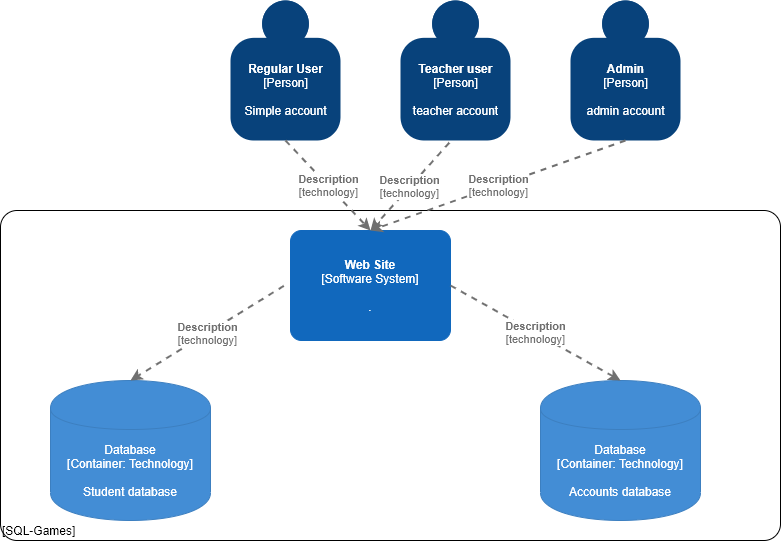
Ca3zsar/SQL-Games keeps this draw.io diagram as front-end/resources/C2 Diagram.png. Above is the earlier version. Source tidied: cells renumbered, new cells last; positions are measured from the earlier drawing's top-left corner, leaving out a move shared by most shapes. The source it was exported from:
```xml
<mxGraphModel>
  <root>
    <mxCell id="0" />
    <mxCell id="1" parent="0" />
    <object id="2" label="&lt;div style=&quot;text-align: left&quot;&gt;%c4Name%&lt;/div&gt;&lt;div style=&quot;text-align: left&quot;&gt;[%c4Application%]&lt;/div&gt;" c4Application="SQL-Games" c4Name="" c4Type="ExecutionEnvironment" placeholders="1">
      <mxCell style="rounded=1;whiteSpace=wrap;html=1;labelBackgroundColor=none;fillColor=#ffffff;fontColor=#000000;align=left;arcSize=5;strokeColor=#000000;verticalAlign=bottom;metaData={&quot;c4Type&quot;:{&quot;editable&quot;:false}};" parent="1" vertex="1">
        <mxGeometry y="210" width="780" height="330" as="geometry" />
      </mxCell>
    </object>
    <object id="3" label="&lt;b&gt;%c4Name%&lt;/b&gt;&lt;div&gt;[%c4Type%]&lt;/div&gt;&lt;br&gt;&lt;div&gt;%c4Description%&lt;/div&gt;" c4Description="Simple account" c4Name="Regular User" c4Type="Person" placeholders="1">
      <mxCell style="html=1;dashed=0;whitespace=wrap;fillColor=#08427b;strokeColor=none;fontColor=#ffffff;shape=mxgraph.c4.person;align=center;points=[[0.5,0,0],[1,0.5,0],[1,0.75,0],[0.75,1,0],[0.5,1,0],[0.25,1,0],[0,0.75,0],[0,0.5,0]];metaData={&quot;c4Type&quot;:{&quot;editable&quot;:false}};" parent="1" vertex="1">
        <mxGeometry x="230" width="110" height="140" as="geometry" />
      </mxCell>
    </object>
    <object id="4" label="&lt;b&gt;%c4Name%&lt;/b&gt;&lt;div&gt;[%c4Type%]&lt;/div&gt;&lt;br&gt;&lt;div&gt;%c4Description%&lt;/div&gt;" c4Description="teacher account" c4Name="Teacher user" c4Type="Person" placeholders="1">
      <mxCell style="html=1;dashed=0;whitespace=wrap;fillColor=#08427b;strokeColor=none;fontColor=#ffffff;shape=mxgraph.c4.person;align=center;points=[[0.5,0,0],[1,0.5,0],[1,0.75,0],[0.75,1,0],[0.5,1,0],[0.25,1,0],[0,0.75,0],[0,0.5,0]];metaData={&quot;c4Type&quot;:{&quot;editable&quot;:false}};" parent="1" vertex="1">
        <mxGeometry x="400" width="110" height="140" as="geometry" />
      </mxCell>
    </object>
    <object id="5" label="&lt;b&gt;%c4Name%&lt;/b&gt;&lt;div&gt;[%c4Type%]&lt;/div&gt;&lt;br&gt;&lt;div&gt;%c4Description%&lt;/div&gt;" c4Description="admin account" c4Name="Admin" c4Type="Person" placeholders="1">
      <mxCell style="html=1;dashed=0;whitespace=wrap;fillColor=#08427b;strokeColor=none;fontColor=#ffffff;shape=mxgraph.c4.person;align=center;points=[[0.5,0,0],[1,0.5,0],[1,0.75,0],[0.75,1,0],[0.5,1,0],[0.25,1,0],[0,0.75,0],[0,0.5,0]];metaData={&quot;c4Type&quot;:{&quot;editable&quot;:false}};" parent="1" vertex="1">
        <mxGeometry x="570" width="110" height="140" as="geometry" />
      </mxCell>
    </object>
    <object id="6" label="&lt;b&gt;%c4Name%&lt;/b&gt;&lt;div&gt;[%c4Type%]&lt;/div&gt;&lt;br&gt;&lt;div&gt;%c4Description%&lt;/div&gt;" c4Description="." c4Name="Web Site" c4Type="Software System" placeholders="1">
      <mxCell style="rounded=1;whiteSpace=wrap;html=1;labelBackgroundColor=none;fillColor=#1168BD;fontColor=#ffffff;align=center;arcSize=10;strokeColor=#1168BD;metaData={&quot;c4Type&quot;:{&quot;editable&quot;:false}};points=[[0.25,0,0],[0.5,0,0],[0.75,0,0],[1,0.25,0],[1,0.5,0],[1,0.75,0],[0.75,1,0],[0.5,1,0],[0.25,1,0],[0,0.75,0],[0,0.5,0],[0,0.25,0]];" parent="1" vertex="1">
        <mxGeometry x="290" y="230" width="160" height="110" as="geometry" />
      </mxCell>
    </object>
    <object id="7" label="%c4Type%&lt;div&gt;[Container:&amp;nbsp;%c4Technology%]&lt;/div&gt;&lt;br&gt;&lt;div&gt;%c4Description%&lt;/div&gt;" c4Description="Student database" c4Technology="Technology" c4Type="Database" placeholders="1">
      <mxCell style="shape=cylinder;whiteSpace=wrap;html=1;boundedLbl=1;rounded=0;labelBackgroundColor=none;fillColor=#438DD5;fontSize=12;fontColor=#ffffff;align=center;strokeColor=#3C7FC0;points=[[0.5,0,0],[1,0.25,0],[1,0.5,0],[1,0.75,0],[0.5,1,0],[0,0.75,0],[0,0.5,0],[0,0.25,0]];metaData={&quot;c4Type&quot;:{&quot;editable&quot;:false}};" parent="1" vertex="1">
        <mxGeometry x="50" y="380" width="160" height="140" as="geometry" />
      </mxCell>
    </object>
    <object id="8" label="%c4Type%&lt;div&gt;[Container:&amp;nbsp;%c4Technology%]&lt;/div&gt;&lt;br&gt;&lt;div&gt;%c4Description%&lt;/div&gt;" c4Description="Accounts database" c4Technology="Technology" c4Type="Database" placeholders="1">
      <mxCell style="shape=cylinder;whiteSpace=wrap;html=1;boundedLbl=1;rounded=0;labelBackgroundColor=none;fillColor=#438DD5;fontSize=12;fontColor=#ffffff;align=center;strokeColor=#3C7FC0;points=[[0.5,0,0],[1,0.25,0],[1,0.5,0],[1,0.75,0],[0.5,1,0],[0,0.75,0],[0,0.5,0],[0,0.25,0]];metaData={&quot;c4Type&quot;:{&quot;editable&quot;:false}};" parent="1" vertex="1">
        <mxGeometry x="540" y="380" width="160" height="140" as="geometry" />
      </mxCell>
    </object>
    <object id="9" label="&lt;div style=&quot;text-align: left&quot;&gt;&lt;div style=&quot;text-align: center&quot;&gt;&lt;b&gt;%c4Description%&lt;/b&gt;&lt;/div&gt;&lt;div style=&quot;text-align: center&quot;&gt;[%c4Technology%]&lt;/div&gt;&lt;/div&gt;" c4Description="Description" c4Technology="technology" c4Type="Relationship" placeholders="1">
      <mxCell style="edgeStyle=none;rounded=0;html=1;entryX=0.5;entryY=0;jettySize=auto;strokeColor=#707070;strokeWidth=2;fontColor=#707070;jumpStyle=none;dashed=1;metaData={&quot;c4Type&quot;:{&quot;editable&quot;:false}};exitX=-0.042;exitY=0.504;exitDx=0;exitDy=0;exitPerimeter=0;entryDx=0;entryDy=0;entryPerimeter=0;" parent="1" edge="1" source="6" target="7">
        <mxGeometry relative="1" as="geometry" />
      </mxCell>
    </object>
    <object id="10" label="&lt;div style=&quot;text-align: left&quot;&gt;&lt;div style=&quot;text-align: center&quot;&gt;&lt;b&gt;%c4Description%&lt;/b&gt;&lt;/div&gt;&lt;div style=&quot;text-align: center&quot;&gt;[%c4Technology%]&lt;/div&gt;&lt;/div&gt;" c4Description="Description" c4Technology="technology" c4Type="Relationship" placeholders="1">
      <mxCell style="edgeStyle=none;rounded=0;html=1;entryX=0.5;entryY=0;jettySize=auto;strokeColor=#707070;strokeWidth=2;fontColor=#707070;jumpStyle=none;dashed=1;metaData={&quot;c4Type&quot;:{&quot;editable&quot;:false}};entryDx=0;entryDy=0;entryPerimeter=0;exitX=1;exitY=0.5;exitDx=0;exitDy=0;exitPerimeter=0;" parent="1" edge="1" source="6" target="8">
        <mxGeometry relative="1" as="geometry" />
      </mxCell>
    </object>
    <object id="11" label="&lt;div style=&quot;text-align: left&quot;&gt;&lt;div style=&quot;text-align: center&quot;&gt;&lt;b&gt;%c4Description%&lt;/b&gt;&lt;/div&gt;&lt;div style=&quot;text-align: center&quot;&gt;[%c4Technology%]&lt;/div&gt;&lt;/div&gt;" c4Description="Description" c4Technology="technology" c4Type="Relationship" placeholders="1">
      <mxCell style="edgeStyle=none;rounded=0;html=1;entryX=0.5;entryY=0;jettySize=auto;strokeColor=#707070;strokeWidth=2;fontColor=#707070;jumpStyle=none;dashed=1;metaData={&quot;c4Type&quot;:{&quot;editable&quot;:false}};exitX=0.5;exitY=1;exitDx=0;exitDy=0;exitPerimeter=0;entryDx=0;entryDy=0;entryPerimeter=0;" parent="1" edge="1" source="3" target="6">
        <mxGeometry relative="1" as="geometry" />
      </mxCell>
    </object>
    <object id="12" label="&lt;div style=&quot;text-align: left&quot;&gt;&lt;div style=&quot;text-align: center&quot;&gt;&lt;b&gt;%c4Description%&lt;/b&gt;&lt;/div&gt;&lt;div style=&quot;text-align: center&quot;&gt;[%c4Technology%]&lt;/div&gt;&lt;/div&gt;" c4Description="Description" c4Technology="technology" c4Type="Relationship" placeholders="1">
      <mxCell style="edgeStyle=none;rounded=0;html=1;entryX=0.5;entryY=0;jettySize=auto;strokeColor=#707070;strokeWidth=2;fontColor=#707070;jumpStyle=none;dashed=1;metaData={&quot;c4Type&quot;:{&quot;editable&quot;:false}};exitX=0.5;exitY=1;exitDx=0;exitDy=0;exitPerimeter=0;entryDx=0;entryDy=0;entryPerimeter=0;" parent="1" edge="1" source="5" target="6">
        <mxGeometry relative="1" as="geometry" />
      </mxCell>
    </object>
    <object id="13" label="&lt;div style=&quot;text-align: left&quot;&gt;&lt;div style=&quot;text-align: center&quot;&gt;&lt;b&gt;%c4Description%&lt;/b&gt;&lt;/div&gt;&lt;div style=&quot;text-align: center&quot;&gt;[%c4Technology%]&lt;/div&gt;&lt;/div&gt;" c4Description="Description" c4Technology="technology" c4Type="Relationship" placeholders="1">
      <mxCell style="edgeStyle=none;rounded=0;html=1;entryX=0.5;entryY=0;jettySize=auto;strokeColor=#707070;strokeWidth=2;fontColor=#707070;jumpStyle=none;dashed=1;metaData={&quot;c4Type&quot;:{&quot;editable&quot;:false}};exitX=0.444;exitY=1.016;exitDx=0;exitDy=0;exitPerimeter=0;entryDx=0;entryDy=0;entryPerimeter=0;" parent="1" edge="1" source="4" target="6">
        <mxGeometry relative="1" as="geometry" />
      </mxCell>
    </object>
  </root>
</mxGraphModel>
```
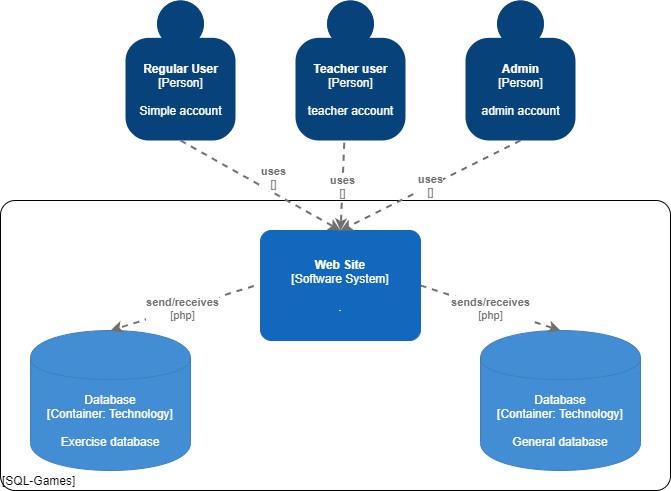
Later version of the same file.

Commit message:
added a screenshot and modified C2 diagram

Change to the diagram source:
```diff
@@ -4,22 +4,22 @@
     <mxCell id="1" parent="0" />
     <object id="2" label="&lt;div style=&quot;text-align: left&quot;&gt;%c4Name%&lt;/div&gt;&lt;div style=&quot;text-align: left&quot;&gt;[%c4Application%]&lt;/div&gt;" c4Application="SQL-Games" c4Name="" c4Type="ExecutionEnvironment" placeholders="1">
       <mxCell style="rounded=1;whiteSpace=wrap;html=1;labelBackgroundColor=none;fillColor=#ffffff;fontColor=#000000;align=left;arcSize=5;strokeColor=#000000;verticalAlign=bottom;metaData={&quot;c4Type&quot;:{&quot;editable&quot;:false}};" parent="1" vertex="1">
-        <mxGeometry y="210" width="780" height="330" as="geometry" />
+        <mxGeometry x="30" y="200" width="670" height="290" as="geometry" />
       </mxCell>
     </object>
     <object id="3" label="&lt;b&gt;%c4Name%&lt;/b&gt;&lt;div&gt;[%c4Type%]&lt;/div&gt;&lt;br&gt;&lt;div&gt;%c4Description%&lt;/div&gt;" c4Description="Simple account" c4Name="Regular User" c4Type="Person" placeholders="1">
       <mxCell style="html=1;dashed=0;whitespace=wrap;fillColor=#08427b;strokeColor=none;fontColor=#ffffff;shape=mxgraph.c4.person;align=center;points=[[0.5,0,0],[1,0.5,0],[1,0.75,0],[0.75,1,0],[0.5,1,0],[0.25,1,0],[0,0.75,0],[0,0.5,0]];metaData={&quot;c4Type&quot;:{&quot;editable&quot;:false}};" parent="1" vertex="1">
-        <mxGeometry x="230" width="110" height="140" as="geometry" />
+        <mxGeometry x="155" width="110" height="140" as="geometry" />
       </mxCell>
     </object>
     <object id="4" label="&lt;b&gt;%c4Name%&lt;/b&gt;&lt;div&gt;[%c4Type%]&lt;/div&gt;&lt;br&gt;&lt;div&gt;%c4Description%&lt;/div&gt;" c4Description="teacher account" c4Name="Teacher user" c4Type="Person" placeholders="1">
       <mxCell style="html=1;dashed=0;whitespace=wrap;fillColor=#08427b;strokeColor=none;fontColor=#ffffff;shape=mxgraph.c4.person;align=center;points=[[0.5,0,0],[1,0.5,0],[1,0.75,0],[0.75,1,0],[0.5,1,0],[0.25,1,0],[0,0.75,0],[0,0.5,0]];metaData={&quot;c4Type&quot;:{&quot;editable&quot;:false}};" parent="1" vertex="1">
-        <mxGeometry x="400" width="110" height="140" as="geometry" />
+        <mxGeometry x="325" width="110" height="140" as="geometry" />
       </mxCell>
     </object>
     <object id="5" label="&lt;b&gt;%c4Name%&lt;/b&gt;&lt;div&gt;[%c4Type%]&lt;/div&gt;&lt;br&gt;&lt;div&gt;%c4Description%&lt;/div&gt;" c4Description="admin account" c4Name="Admin" c4Type="Person" placeholders="1">
       <mxCell style="html=1;dashed=0;whitespace=wrap;fillColor=#08427b;strokeColor=none;fontColor=#ffffff;shape=mxgraph.c4.person;align=center;points=[[0.5,0,0],[1,0.5,0],[1,0.75,0],[0.75,1,0],[0.5,1,0],[0.25,1,0],[0,0.75,0],[0,0.5,0]];metaData={&quot;c4Type&quot;:{&quot;editable&quot;:false}};" parent="1" vertex="1">
-        <mxGeometry x="570" width="110" height="140" as="geometry" />
+        <mxGeometry x="495" width="110" height="140" as="geometry" />
       </mxCell>
     </object>
     <object id="6" label="&lt;b&gt;%c4Name%&lt;/b&gt;&lt;div&gt;[%c4Type%]&lt;/div&gt;&lt;br&gt;&lt;div&gt;%c4Description%&lt;/div&gt;" c4Description="." c4Name="Web Site" c4Type="Software System" placeholders="1">
@@ -27,37 +27,37 @@
         <mxGeometry x="290" y="230" width="160" height="110" as="geometry" />
       </mxCell>
     </object>
-    <object id="7" label="%c4Type%&lt;div&gt;[Container:&amp;nbsp;%c4Technology%]&lt;/div&gt;&lt;br&gt;&lt;div&gt;%c4Description%&lt;/div&gt;" c4Description="Student database" c4Technology="Technology" c4Type="Database" placeholders="1">
+    <object id="7" label="%c4Type%&lt;div&gt;[Container:&amp;nbsp;%c4Technology%]&lt;/div&gt;&lt;br&gt;&lt;div&gt;%c4Description%&lt;/div&gt;" c4Description="Exercise database" c4Technology="Technology" c4Type="Database" placeholders="1">
       <mxCell style="shape=cylinder;whiteSpace=wrap;html=1;boundedLbl=1;rounded=0;labelBackgroundColor=none;fillColor=#438DD5;fontSize=12;fontColor=#ffffff;align=center;strokeColor=#3C7FC0;points=[[0.5,0,0],[1,0.25,0],[1,0.5,0],[1,0.75,0],[0.5,1,0],[0,0.75,0],[0,0.5,0],[0,0.25,0]];metaData={&quot;c4Type&quot;:{&quot;editable&quot;:false}};" parent="1" vertex="1">
-        <mxGeometry x="50" y="380" width="160" height="140" as="geometry" />
+        <mxGeometry x="60" y="330" width="160" height="140" as="geometry" />
       </mxCell>
     </object>
-    <object id="8" label="%c4Type%&lt;div&gt;[Container:&amp;nbsp;%c4Technology%]&lt;/div&gt;&lt;br&gt;&lt;div&gt;%c4Description%&lt;/div&gt;" c4Description="Accounts database" c4Technology="Technology" c4Type="Database" placeholders="1">
+    <object id="8" label="%c4Type%&lt;div&gt;[Container:&amp;nbsp;%c4Technology%]&lt;/div&gt;&lt;br&gt;&lt;div&gt;%c4Description%&lt;/div&gt;" c4Description="General database" c4Technology="Technology" c4Type="Database" placeholders="1">
       <mxCell style="shape=cylinder;whiteSpace=wrap;html=1;boundedLbl=1;rounded=0;labelBackgroundColor=none;fillColor=#438DD5;fontSize=12;fontColor=#ffffff;align=center;strokeColor=#3C7FC0;points=[[0.5,0,0],[1,0.25,0],[1,0.5,0],[1,0.75,0],[0.5,1,0],[0,0.75,0],[0,0.5,0],[0,0.25,0]];metaData={&quot;c4Type&quot;:{&quot;editable&quot;:false}};" parent="1" vertex="1">
-        <mxGeometry x="540" y="380" width="160" height="140" as="geometry" />
+        <mxGeometry x="510" y="330" width="160" height="140" as="geometry" />
       </mxCell>
     </object>
-    <object id="9" label="&lt;div style=&quot;text-align: left&quot;&gt;&lt;div style=&quot;text-align: center&quot;&gt;&lt;b&gt;%c4Description%&lt;/b&gt;&lt;/div&gt;&lt;div style=&quot;text-align: center&quot;&gt;[%c4Technology%]&lt;/div&gt;&lt;/div&gt;" c4Description="Description" c4Technology="technology" c4Type="Relationship" placeholders="1">
+    <object id="9" label="&lt;div style=&quot;text-align: left&quot;&gt;&lt;div style=&quot;text-align: center&quot;&gt;&lt;b&gt;%c4Description%&lt;/b&gt;&lt;/div&gt;&lt;div style=&quot;text-align: center&quot;&gt;[%c4Technology%]&lt;/div&gt;&lt;/div&gt;" c4Description="send/receives" c4Technology="php" c4Type="Relationship" placeholders="1">
       <mxCell style="edgeStyle=none;rounded=0;html=1;entryX=0.5;entryY=0;jettySize=auto;strokeColor=#707070;strokeWidth=2;fontColor=#707070;jumpStyle=none;dashed=1;metaData={&quot;c4Type&quot;:{&quot;editable&quot;:false}};exitX=-0.042;exitY=0.504;exitDx=0;exitDy=0;exitPerimeter=0;entryDx=0;entryDy=0;entryPerimeter=0;" parent="1" edge="1" source="6" target="7">
         <mxGeometry relative="1" as="geometry" />
       </mxCell>
     </object>
-    <object id="10" label="&lt;div style=&quot;text-align: left&quot;&gt;&lt;div style=&quot;text-align: center&quot;&gt;&lt;b&gt;%c4Description%&lt;/b&gt;&lt;/div&gt;&lt;div style=&quot;text-align: center&quot;&gt;[%c4Technology%]&lt;/div&gt;&lt;/div&gt;" c4Description="Description" c4Technology="technology" c4Type="Relationship" placeholders="1">
+    <object id="10" label="&lt;div style=&quot;text-align: left&quot;&gt;&lt;div style=&quot;text-align: center&quot;&gt;&lt;b&gt;%c4Description%&lt;/b&gt;&lt;/div&gt;&lt;div style=&quot;text-align: center&quot;&gt;[%c4Technology%]&lt;/div&gt;&lt;/div&gt;" c4Description="sends/receives" c4Technology="php" c4Type="Relationship" placeholders="1">
       <mxCell style="edgeStyle=none;rounded=0;html=1;entryX=0.5;entryY=0;jettySize=auto;strokeColor=#707070;strokeWidth=2;fontColor=#707070;jumpStyle=none;dashed=1;metaData={&quot;c4Type&quot;:{&quot;editable&quot;:false}};entryDx=0;entryDy=0;entryPerimeter=0;exitX=1;exitY=0.5;exitDx=0;exitDy=0;exitPerimeter=0;" parent="1" edge="1" source="6" target="8">
         <mxGeometry relative="1" as="geometry" />
       </mxCell>
     </object>
-    <object id="11" label="&lt;div style=&quot;text-align: left&quot;&gt;&lt;div style=&quot;text-align: center&quot;&gt;&lt;b&gt;%c4Description%&lt;/b&gt;&lt;/div&gt;&lt;div style=&quot;text-align: center&quot;&gt;[%c4Technology%]&lt;/div&gt;&lt;/div&gt;" c4Description="Description" c4Technology="technology" c4Type="Relationship" placeholders="1">
+    <object id="11" label="&lt;div style=&quot;text-align: left&quot;&gt;&lt;div style=&quot;text-align: center&quot;&gt;&lt;b&gt;%c4Description%&lt;/b&gt;&lt;/div&gt;&lt;div style=&quot;text-align: center&quot;&gt;[%c4Technology%]&lt;/div&gt;&lt;/div&gt;" c4Description="uses" c4Technology="" c4Type="Relationship" placeholders="1">
       <mxCell style="edgeStyle=none;rounded=0;html=1;entryX=0.5;entryY=0;jettySize=auto;strokeColor=#707070;strokeWidth=2;fontColor=#707070;jumpStyle=none;dashed=1;metaData={&quot;c4Type&quot;:{&quot;editable&quot;:false}};exitX=0.5;exitY=1;exitDx=0;exitDy=0;exitPerimeter=0;entryDx=0;entryDy=0;entryPerimeter=0;" parent="1" edge="1" source="3" target="6">
-        <mxGeometry relative="1" as="geometry" />
+        <mxGeometry x="0.08" y="13" relative="1" as="geometry" />
       </mxCell>
     </object>
-    <object id="12" label="&lt;div style=&quot;text-align: left&quot;&gt;&lt;div style=&quot;text-align: center&quot;&gt;&lt;b&gt;%c4Description%&lt;/b&gt;&lt;/div&gt;&lt;div style=&quot;text-align: center&quot;&gt;[%c4Technology%]&lt;/div&gt;&lt;/div&gt;" c4Description="Description" c4Technology="technology" c4Type="Relationship" placeholders="1">
+    <object id="12" label="&lt;div style=&quot;text-align: left&quot;&gt;&lt;div style=&quot;text-align: center&quot;&gt;&lt;b&gt;%c4Description%&lt;/b&gt;&lt;/div&gt;&lt;div style=&quot;text-align: center&quot;&gt;[%c4Technology%]&lt;/div&gt;&lt;/div&gt;" c4Description="uses" c4Technology="" c4Type="Relationship" placeholders="1">
       <mxCell style="edgeStyle=none;rounded=0;html=1;entryX=0.5;entryY=0;jettySize=auto;strokeColor=#707070;strokeWidth=2;fontColor=#707070;jumpStyle=none;dashed=1;metaData={&quot;c4Type&quot;:{&quot;editable&quot;:false}};exitX=0.5;exitY=1;exitDx=0;exitDy=0;exitPerimeter=0;entryDx=0;entryDy=0;entryPerimeter=0;" parent="1" edge="1" source="5" target="6">
         <mxGeometry relative="1" as="geometry" />
       </mxCell>
     </object>
-    <object id="13" label="&lt;div style=&quot;text-align: left&quot;&gt;&lt;div style=&quot;text-align: center&quot;&gt;&lt;b&gt;%c4Description%&lt;/b&gt;&lt;/div&gt;&lt;div style=&quot;text-align: center&quot;&gt;[%c4Technology%]&lt;/div&gt;&lt;/div&gt;" c4Description="Description" c4Technology="technology" c4Type="Relationship" placeholders="1">
+    <object id="13" label="&lt;div style=&quot;text-align: left&quot;&gt;&lt;div style=&quot;text-align: center&quot;&gt;&lt;b&gt;%c4Description%&lt;/b&gt;&lt;/div&gt;&lt;div style=&quot;text-align: center&quot;&gt;[%c4Technology%]&lt;/div&gt;&lt;/div&gt;" c4Description="uses" c4Technology="" c4Type="Relationship" placeholders="1">
       <mxCell style="edgeStyle=none;rounded=0;html=1;entryX=0.5;entryY=0;jettySize=auto;strokeColor=#707070;strokeWidth=2;fontColor=#707070;jumpStyle=none;dashed=1;metaData={&quot;c4Type&quot;:{&quot;editable&quot;:false}};exitX=0.444;exitY=1.016;exitDx=0;exitDy=0;exitPerimeter=0;entryDx=0;entryDy=0;entryPerimeter=0;" parent="1" edge="1" source="4" target="6">
         <mxGeometry relative="1" as="geometry" />
       </mxCell>
```
